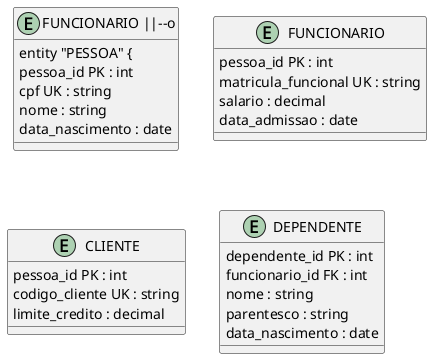
The PlantUML diagram class05/diagrams/BD-05-EspecializacaoGeneralizacao.png in giovanebarcelos/bd-sandbox, before a commit. The source it was exported from:
```plantuml
@startuml


entity "FUNCIONARIO ||--o" {
entity "PESSOA" {
  pessoa_id PK : int
  cpf UK : string
  nome : string
  data_nascimento : date
}
entity "FUNCIONARIO" {
  pessoa_id PK : int
  matricula_funcional UK : string
  salario : decimal
  data_admissao : date
}
entity "CLIENTE" {
  pessoa_id PK : int
  codigo_cliente UK : string
  limite_credito : decimal
}
entity "DEPENDENTE" {
  dependente_id PK : int
  funcionario_id FK : int
  nome : string
  parentesco : string
  data_nascimento : date
}
@enduml
```
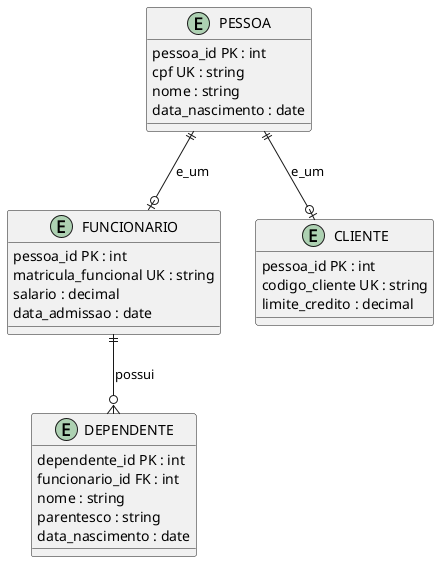
The same diagram one commit later.

Change to the diagram source:
```diff
@@ -1,7 +1,6 @@
 @startuml
 
 
-entity "FUNCIONARIO ||--o" {
 entity "PESSOA" {
   pessoa_id PK : int
   cpf UK : string
@@ -26,4 +25,7 @@
   parentesco : string
   data_nascimento : date
 }
+PESSOA ||--o| FUNCIONARIO : e_um
+PESSOA ||--o| CLIENTE : e_um
+FUNCIONARIO ||--o{ DEPENDENTE : possui
 @enduml
```
